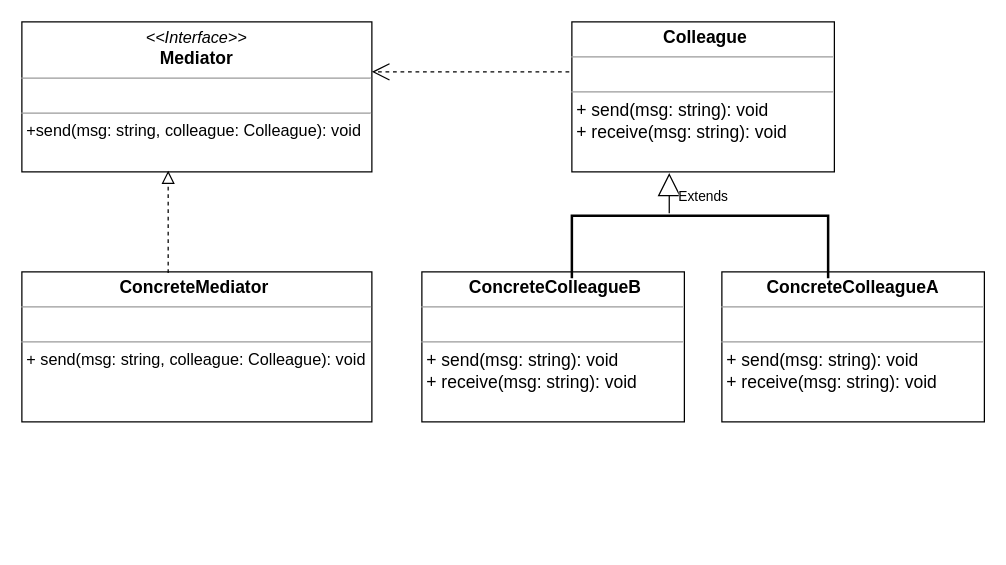
MaksShadows/Patterns keeps this draw.io diagram as behavioral/mediator/mediator.drawio. Above is the earlier version. Source tidied: cells renumbered, new cells numbered last; positions are measured from the earlier drawing's top-left corner, leaving out a move shared by most shapes. Both pictures are drawn from the tidied source at 125%, with x=0, y=0 at pixel (21, 21).
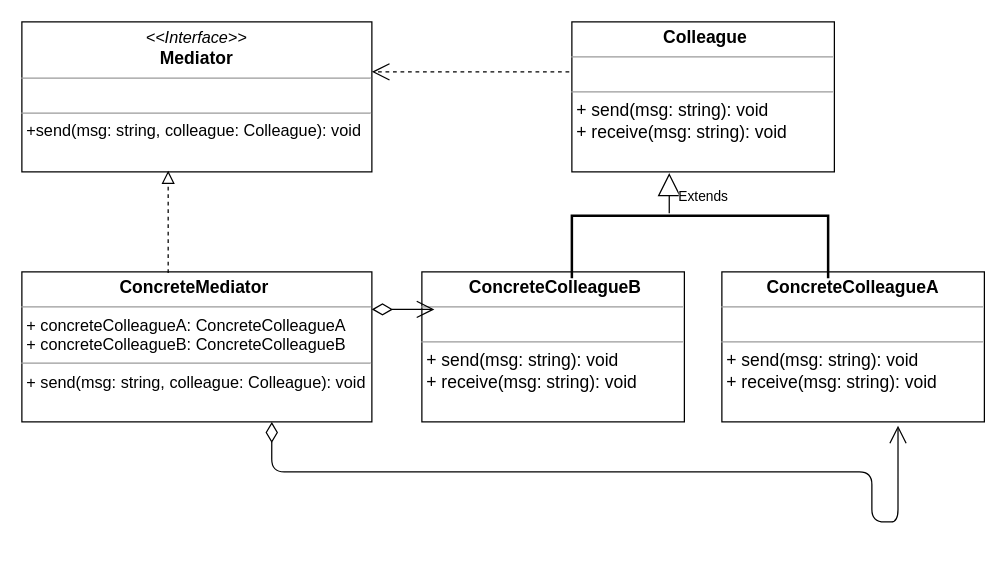
Above is the later version.

Change to the diagram source:
```diff
@@
 <mxGraphModel>
   <root>
     <mxCell id="0" />
     <mxCell id="1" parent="0" />
     <mxCell id="2" value="&lt;p style=&quot;margin: 4px 0px 0px ; text-align: center ; font-size: 14px&quot;&gt;&lt;i style=&quot;font-size: 13px&quot;&gt;&amp;lt;&amp;lt;Interface&amp;gt;&amp;gt;&lt;/i&gt;&lt;br&gt;&lt;font style=&quot;font-size: 14px&quot;&gt;&lt;b&gt;Mediator&lt;/b&gt;&lt;br&gt;&lt;/font&gt;&lt;/p&gt;&lt;hr size=&quot;1&quot; style=&quot;font-size: 14px&quot;&gt;&lt;p style=&quot;margin: 0px ; margin-left: 4px&quot;&gt;&lt;br&gt;&lt;/p&gt;&lt;hr size=&quot;1&quot;&gt;&lt;p style=&quot;margin: 0px ; margin-left: 4px&quot;&gt;&lt;font style=&quot;font-size: 13px&quot;&gt;+send(msg: string, colleague: Colleague): void&lt;/font&gt;&lt;br&gt;&lt;/p&gt;" style="verticalAlign=top;align=left;overflow=fill;fontSize=12;fontFamily=Helvetica;html=1;" parent="1" vertex="1">
       <mxGeometry width="280" height="120" as="geometry" />
     </mxCell>
     <mxCell id="3" value="&lt;p style=&quot;margin: 4px 0px 0px ; text-align: center ; font-size: 14px&quot;&gt;&lt;font style=&quot;font-size: 14px&quot;&gt;&lt;b&gt;&amp;nbsp;Colleague&lt;/b&gt;&lt;br&gt;&lt;/font&gt;&lt;/p&gt;&lt;hr size=&quot;1&quot; style=&quot;font-size: 14px&quot;&gt;&lt;p style=&quot;margin: 0px ; margin-left: 4px&quot;&gt;&lt;br&gt;&lt;/p&gt;&lt;hr size=&quot;1&quot;&gt;&lt;p style=&quot;margin: 0px ; margin-left: 4px&quot;&gt;&lt;font style=&quot;font-size: 14px&quot;&gt;+&amp;nbsp;send(msg: string): void&amp;nbsp;&lt;/font&gt;&lt;br&gt;&lt;/p&gt;&lt;p style=&quot;margin: 0px ; margin-left: 4px&quot;&gt;&lt;font style=&quot;font-size: 14px&quot;&gt;+&amp;nbsp;receive(msg: string): void&lt;/font&gt;&lt;/p&gt;" style="verticalAlign=top;align=left;overflow=fill;fontSize=12;fontFamily=Helvetica;html=1;" parent="1" vertex="1">
       <mxGeometry x="440" width="210" height="120" as="geometry" />
     </mxCell>
     <mxCell id="4" value="&lt;p style=&quot;margin: 4px 0px 0px ; text-align: center ; font-size: 14px&quot;&gt;&lt;font style=&quot;font-size: 14px&quot;&gt;&lt;b&gt;&amp;nbsp;&lt;/b&gt;&lt;/font&gt;&lt;b&gt;ConcreteColleagueA&amp;nbsp;&lt;/b&gt;&lt;/p&gt;&lt;hr size=&quot;1&quot; style=&quot;font-size: 14px&quot;&gt;&lt;p style=&quot;margin: 0px ; margin-left: 4px&quot;&gt;&lt;br&gt;&lt;/p&gt;&lt;hr size=&quot;1&quot;&gt;&lt;p style=&quot;margin: 0px ; margin-left: 4px&quot;&gt;&lt;font style=&quot;font-size: 14px&quot;&gt;+&amp;nbsp;send(msg: string): void&amp;nbsp;&lt;/font&gt;&lt;br&gt;&lt;/p&gt;&lt;p style=&quot;margin: 0px ; margin-left: 4px&quot;&gt;&lt;font style=&quot;font-size: 14px&quot;&gt;+&amp;nbsp;receive(msg: string): void&lt;/font&gt;&lt;/p&gt;" style="verticalAlign=top;align=left;overflow=fill;fontSize=12;fontFamily=Helvetica;html=1;" parent="1" vertex="1">
       <mxGeometry x="560" y="200" width="210" height="120" as="geometry" />
     </mxCell>
     <mxCell id="5" value="&lt;p style=&quot;margin: 4px 0px 0px ; text-align: center ; font-size: 14px&quot;&gt;&lt;font style=&quot;font-size: 14px&quot;&gt;&lt;b&gt;&amp;nbsp;&lt;/b&gt;&lt;/font&gt;&lt;b&gt;ConcreteColleagueB&lt;/b&gt;&lt;/p&gt;&lt;hr size=&quot;1&quot; style=&quot;font-size: 14px&quot;&gt;&lt;p style=&quot;margin: 0px ; margin-left: 4px&quot;&gt;&lt;br&gt;&lt;/p&gt;&lt;hr size=&quot;1&quot;&gt;&lt;p style=&quot;margin: 0px ; margin-left: 4px&quot;&gt;&lt;font style=&quot;font-size: 14px&quot;&gt;+&amp;nbsp;send(msg: string): void&amp;nbsp;&lt;/font&gt;&lt;br&gt;&lt;/p&gt;&lt;p style=&quot;margin: 0px ; margin-left: 4px&quot;&gt;&lt;font style=&quot;font-size: 14px&quot;&gt;+&amp;nbsp;receive(msg: string): void&lt;/font&gt;&lt;/p&gt;" style="verticalAlign=top;align=left;overflow=fill;fontSize=12;fontFamily=Helvetica;html=1;" parent="1" vertex="1">
       <mxGeometry x="320" y="200" width="210" height="120" as="geometry" />
     </mxCell>
-    <mxCell id="6" value="&lt;p style=&quot;margin: 4px 0px 0px ; text-align: center&quot;&gt;&lt;b style=&quot;font-size: 14px&quot;&gt;ConcreteMediator&amp;nbsp;&lt;/b&gt;&lt;br&gt;&lt;/p&gt;&lt;hr size=&quot;1&quot; style=&quot;font-size: 14px&quot;&gt;&lt;p style=&quot;margin: 0px ; margin-left: 4px&quot;&gt;&lt;br&gt;&lt;/p&gt;&lt;hr size=&quot;1&quot;&gt;&lt;p style=&quot;margin: 0px ; margin-left: 4px&quot;&gt;&lt;font style=&quot;font-size: 13px&quot;&gt;+&amp;nbsp;send(msg: string, colleague: Colleague): void&lt;/font&gt;&lt;br&gt;&lt;/p&gt;" style="verticalAlign=top;align=left;overflow=fill;fontSize=12;fontFamily=Helvetica;html=1;" parent="1" vertex="1">
+    <mxCell id="6" value="&lt;p style=&quot;margin: 4px 0px 0px ; text-align: center&quot;&gt;&lt;b style=&quot;font-size: 14px&quot;&gt;ConcreteMediator&amp;nbsp;&lt;/b&gt;&lt;br&gt;&lt;/p&gt;&lt;hr size=&quot;1&quot; style=&quot;font-size: 14px&quot;&gt;&lt;p style=&quot;margin: 0px 0px 0px 4px ; font-size: 13px&quot;&gt;&lt;font style=&quot;font-size: 13px&quot;&gt;+&amp;nbsp;concreteColleagueA: ConcreteColleagueA&lt;/font&gt;&lt;/p&gt;&lt;p style=&quot;margin: 0px 0px 0px 4px ; font-size: 13px&quot;&gt;&lt;font style=&quot;font-size: 13px&quot;&gt;+&amp;nbsp;concreteColleagueB: ConcreteColleagueB&lt;/font&gt;&lt;/p&gt;&lt;hr size=&quot;1&quot; style=&quot;font-size: 13px&quot;&gt;&lt;p style=&quot;margin: 0px ; margin-left: 4px&quot;&gt;&lt;font style=&quot;font-size: 13px&quot;&gt;+&amp;nbsp;send(msg: string, colleague: Colleague): void&lt;/font&gt;&lt;br&gt;&lt;/p&gt;" style="verticalAlign=top;align=left;overflow=fill;fontSize=12;fontFamily=Helvetica;html=1;" parent="1" vertex="1">
       <mxGeometry y="200" width="280" height="120" as="geometry" />
     </mxCell>
     <mxCell id="7" style="endArrow=block;startArrow=none;endFill=0;startFill=0;endSize=8;html=1;verticalAlign=bottom;dashed=1;labelBackgroundColor=none;exitX=0.418;exitY=0.008;exitDx=0;exitDy=0;exitPerimeter=0;entryX=0.418;entryY=0.992;entryDx=0;entryDy=0;entryPerimeter=0;" parent="1" edge="1" source="6" target="2">
       <mxGeometry relative="1" as="geometry" />
     </mxCell>
     <mxCell id="8" style="strokeWidth=2;html=1;shape=mxgraph.flowchart.annotation_1;align=left;rotation=90;" parent="1" vertex="1">
       <mxGeometry x="517.5" y="77.5" width="50" height="205" as="geometry" />
     </mxCell>
     <mxCell id="9" value="Extends" style="endArrow=block;endSize=16;endFill=0;html=1;exitX=-0.04;exitY=0.62;exitDx=0;exitDy=0;exitPerimeter=0;entryX=0.371;entryY=1.008;entryDx=0;entryDy=0;entryPerimeter=0;" parent="1" edge="1" source="8" target="3">
       <mxGeometry x="-0.19" y="-27" relative="1" as="geometry" />
     </mxCell>
     <mxCell id="10" style="endArrow=open;endSize=12;dashed=1;html=1;exitX=-0.01;exitY=0.333;exitDx=0;exitDy=0;exitPerimeter=0;entryX=1;entryY=0.333;entryDx=0;entryDy=0;entryPerimeter=0;" parent="1" edge="1" source="3" target="2">
       <mxGeometry x="-0.14" y="40" relative="1" as="geometry" />
     </mxCell>
+    <mxCell id="11" style="endArrow=open;html=1;endSize=12;startArrow=diamondThin;startSize=14;startFill=0;edgeStyle=orthogonalEdgeStyle;align=left;verticalAlign=bottom;exitX=0.714;exitY=1;exitDx=0;exitDy=0;exitPerimeter=0;entryX=0.671;entryY=1.025;entryDx=0;entryDy=0;entryPerimeter=0;" parent="1" edge="1" source="6" target="4">
+      <mxGeometry x="-0.55" y="-35" relative="1" as="geometry">
+        <Array as="points">
+          <mxPoint x="200" y="360" />
+          <mxPoint x="680" y="360" />
+          <mxPoint x="680" y="400" />
+          <mxPoint x="701" y="400" />
+        </Array>
+      </mxGeometry>
+    </mxCell>
+    <mxCell id="12" style="endArrow=open;html=1;endSize=12;startArrow=diamondThin;startSize=14;startFill=0;edgeStyle=orthogonalEdgeStyle;align=left;verticalAlign=bottom;" parent="1" edge="1">
+      <mxGeometry x="-0.2" y="20" relative="1" as="geometry">
+        <mxPoint x="280" y="230" as="sourcePoint" />
+        <mxPoint x="330" y="230" as="targetPoint" />
+      </mxGeometry>
+    </mxCell>
   </root>
 </mxGraphModel>
```
